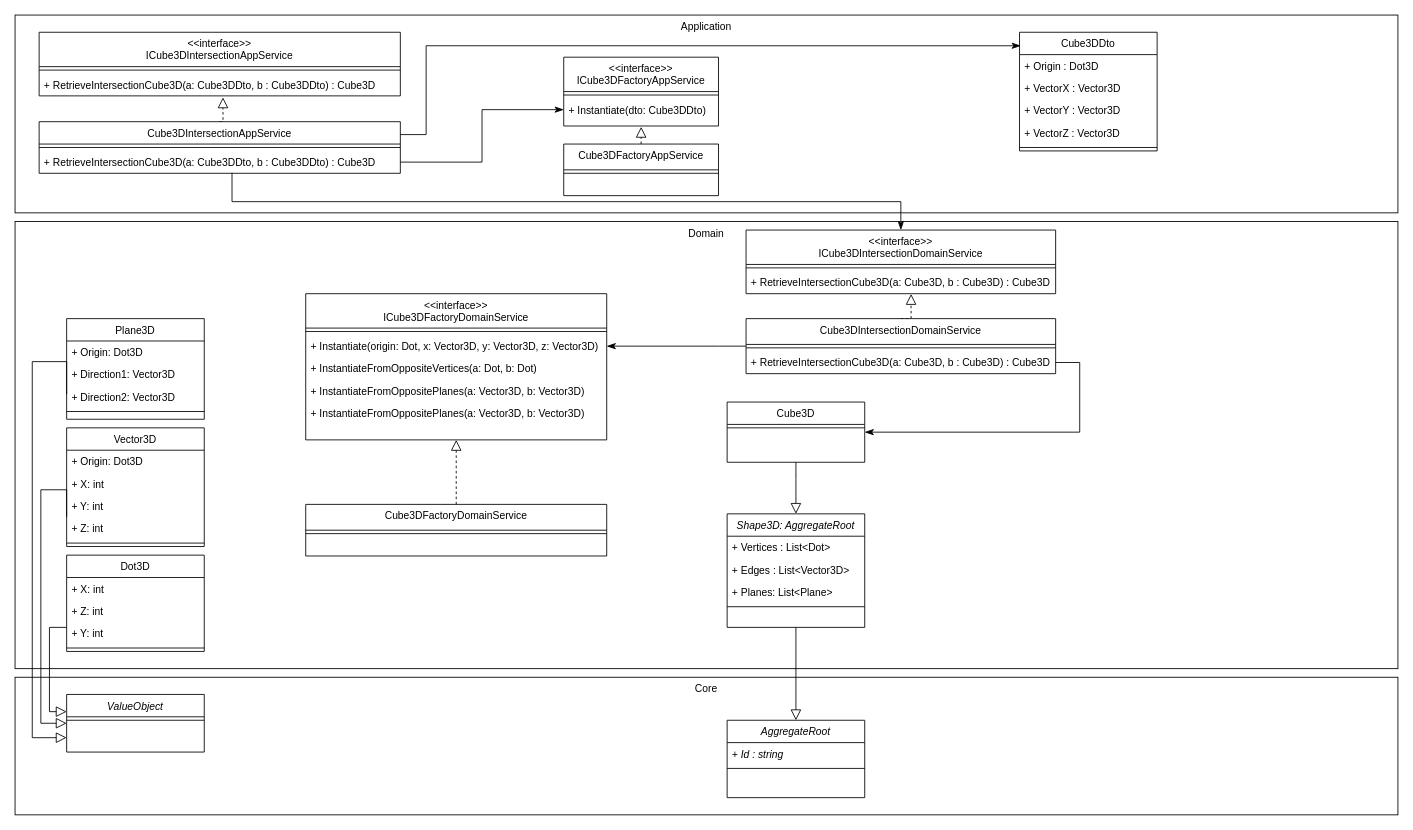
This is Geometry3D.drawio from KucherenkoSerhiy/Cube3DIntersection, a draw.io file, before an edit. Source tidied: cells renumbered, new cells numbered last; positions are measured from the earlier drawing's top-left corner, leaving out a move shared by most shapes. Both pictures are drawn from the tidied source at 86%, with x=0, y=0 at pixel (15, 15).
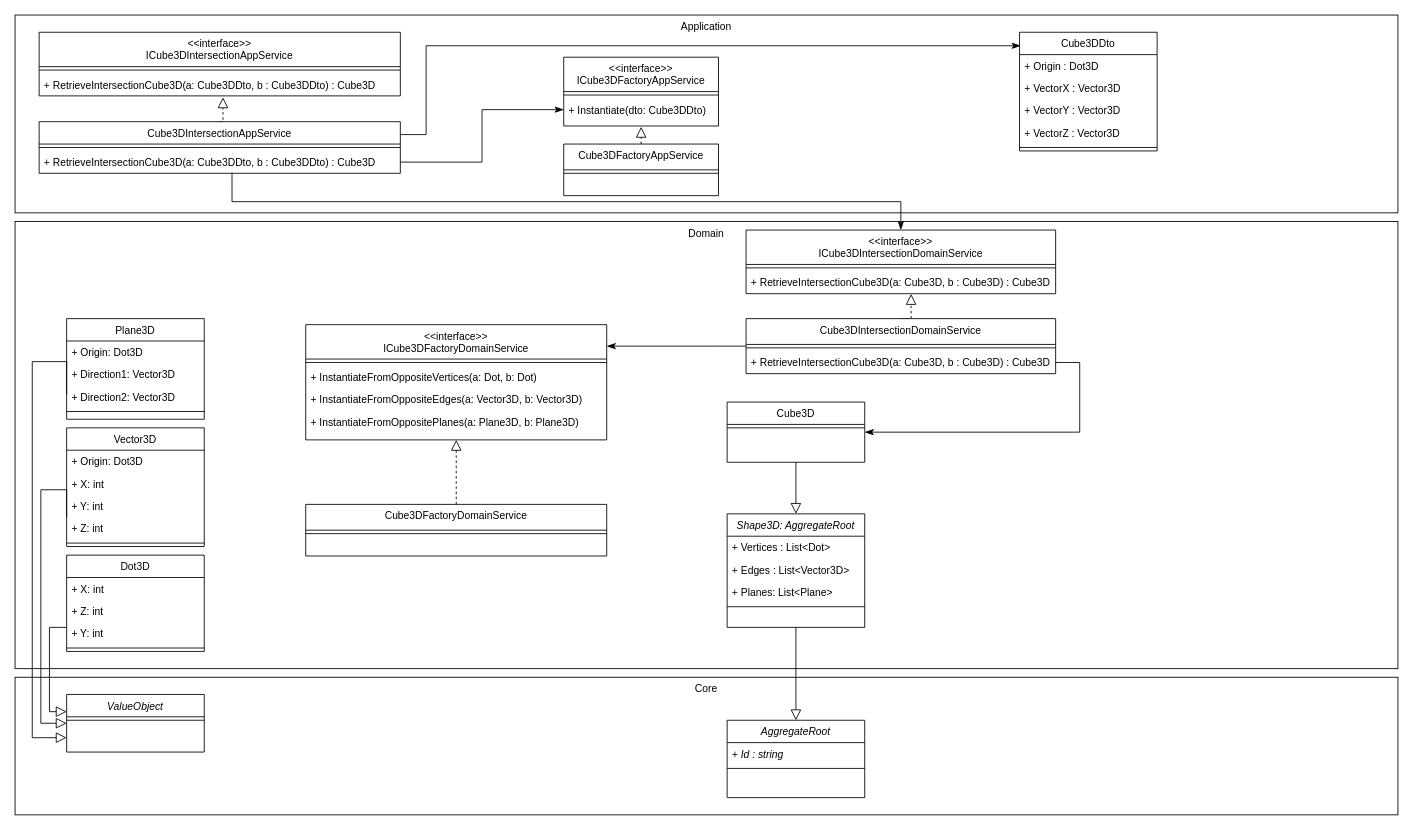
After the change.

Commit message (it also covers changes not shown here):
added new factory interface ICube3DFactoryDomainService

Unchanged cells that the change refers to:
```xml
<mxCell id="56" value="Cube3DIntersectionDomainService" style="swimlane;fontStyle=0;align=center;verticalAlign=top;horizontal=1;startSize=30;rounded=0;shadow=0;strokeWidth=1;" parent="1" vertex="1">
  <mxGeometry x="850" y="353" width="360" height="64" as="geometry" />
</mxCell>
```

The edit, as a diff of the source:
```diff
@@
-    <mxCell id="34" style="edgeStyle=orthogonalEdgeStyle;rounded=0;jettySize=auto;html=1;exitX=0;exitY=0.5;exitDx=0;exitDy=0;entryX=1;entryY=0.5;entryDx=0;entryDy=0;endArrow=classicThin;endFill=1;endSize=8;strokeWidth=1;" parent="1" edge="1" source="56" target="50">
+    <mxCell id="34" style="edgeStyle=orthogonalEdgeStyle;rounded=0;jettySize=auto;html=1;exitX=0;exitY=0.5;exitDx=0;exitDy=0;entryX=1;entryY=0.5;entryDx=0;entryDy=0;endArrow=classicThin;endFill=1;endSize=8;strokeWidth=1;" parent="1" edge="1" source="56">
       <mxGeometry relative="1" as="geometry">
+        <mxPoint x="688" y="385" as="targetPoint" />
         <Array as="points">
           <mxPoint x="818" y="385" />
           <mxPoint x="818" y="385" />
         </Array>
       </mxGeometry>
     </mxCell>
@@
     <mxCell id="48" value="&lt;&lt;interface&gt;&gt;&#10;ICube3DFactoryDomainService" style="swimlane;fontStyle=0;align=center;verticalAlign=top;horizontal=1;startSize=40;rounded=0;shadow=0;strokeWidth=1;" parent="1" vertex="1">
-      <mxGeometry x="338" y="324" width="350" height="170" as="geometry" />
+      <mxGeometry x="338" y="360" width="350" height="134" as="geometry" />
     </mxCell>
@@
-    <mxCell id="50" value="+ Instantiate(origin: Dot, x: Vector3D, y: Vector3D, z: Vector3D)" style="text;align=left;verticalAlign=top;spacingLeft=4;spacingRight=4;overflow=hidden;points=[[0,0.5],[1,0.5]];portConstraint=eastwest;rounded=0;shadow=0;html=0;" parent="48" vertex="1">
-      <mxGeometry y="48" width="350" height="26" as="geometry" />
-    </mxCell>
     <mxCell id="51" value="+ InstantiateFromOppositeVertices(a: Dot, b: Dot)" style="text;align=left;verticalAlign=top;spacingLeft=4;spacingRight=4;overflow=hidden;rounded=0;shadow=0;html=0;" parent="48" vertex="1">
-      <mxGeometry y="74" width="350" height="26" as="geometry" />
+      <mxGeometry y="48" width="350" height="26" as="geometry" />
     </mxCell>
-    <mxCell id="52" value="+ InstantiateFromOppositePlanes(a: Vector3D, b: Vector3D)" style="text;align=left;verticalAlign=top;spacingLeft=4;spacingRight=4;overflow=hidden;rounded=0;shadow=0;html=0;" parent="48" vertex="1">
-      <mxGeometry y="100" width="350" height="26" as="geometry" />
+    <mxCell id="52" value="+ InstantiateFromOppositeEdges(a: Vector3D, b: Vector3D)" style="text;align=left;verticalAlign=top;spacingLeft=4;spacingRight=4;overflow=hidden;rounded=0;shadow=0;html=0;" parent="48" vertex="1">
+      <mxGeometry y="74" width="350" height="26" as="geometry" />
     </mxCell>
-    <mxCell id="53" value="+ InstantiateFromOppositePlanes(a: Vector3D, b: Vector3D)" style="text;align=left;verticalAlign=top;spacingLeft=4;spacingRight=4;overflow=hidden;rounded=0;shadow=0;html=0;" parent="48" vertex="1">
-      <mxGeometry y="126" width="350" height="26" as="geometry" />
+    <mxCell id="53" value="+ InstantiateFromOppositePlanes(a: Plane3D, b: Plane3D)" style="text;align=left;verticalAlign=top;spacingLeft=4;spacingRight=4;overflow=hidden;rounded=0;shadow=0;html=0;" parent="48" vertex="1">
+      <mxGeometry y="100" width="350" height="26" as="geometry" />
     </mxCell>
```
